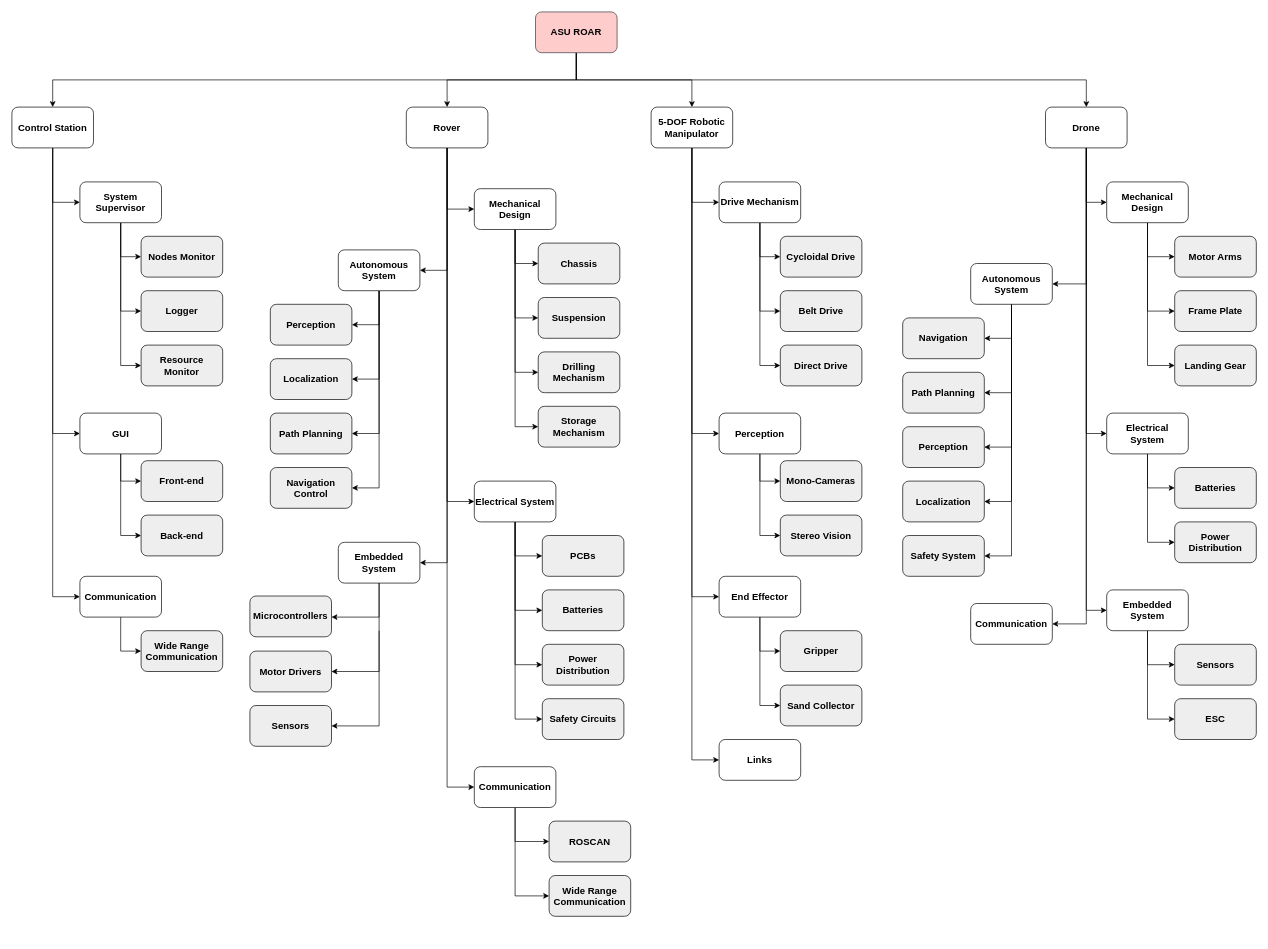
Above: product-tree.drawio in ASU-ROAR-Team/preliminary-report-diagrams (draw.io), before the change. Source tidied: cells renumbered, new cells numbered last; positions are measured from the earlier drawing's top-left corner, leaving out a move shared by most shapes. Both pictures are drawn from the tidied source at 68%, with x=0, y=0 at pixel (12, 12).
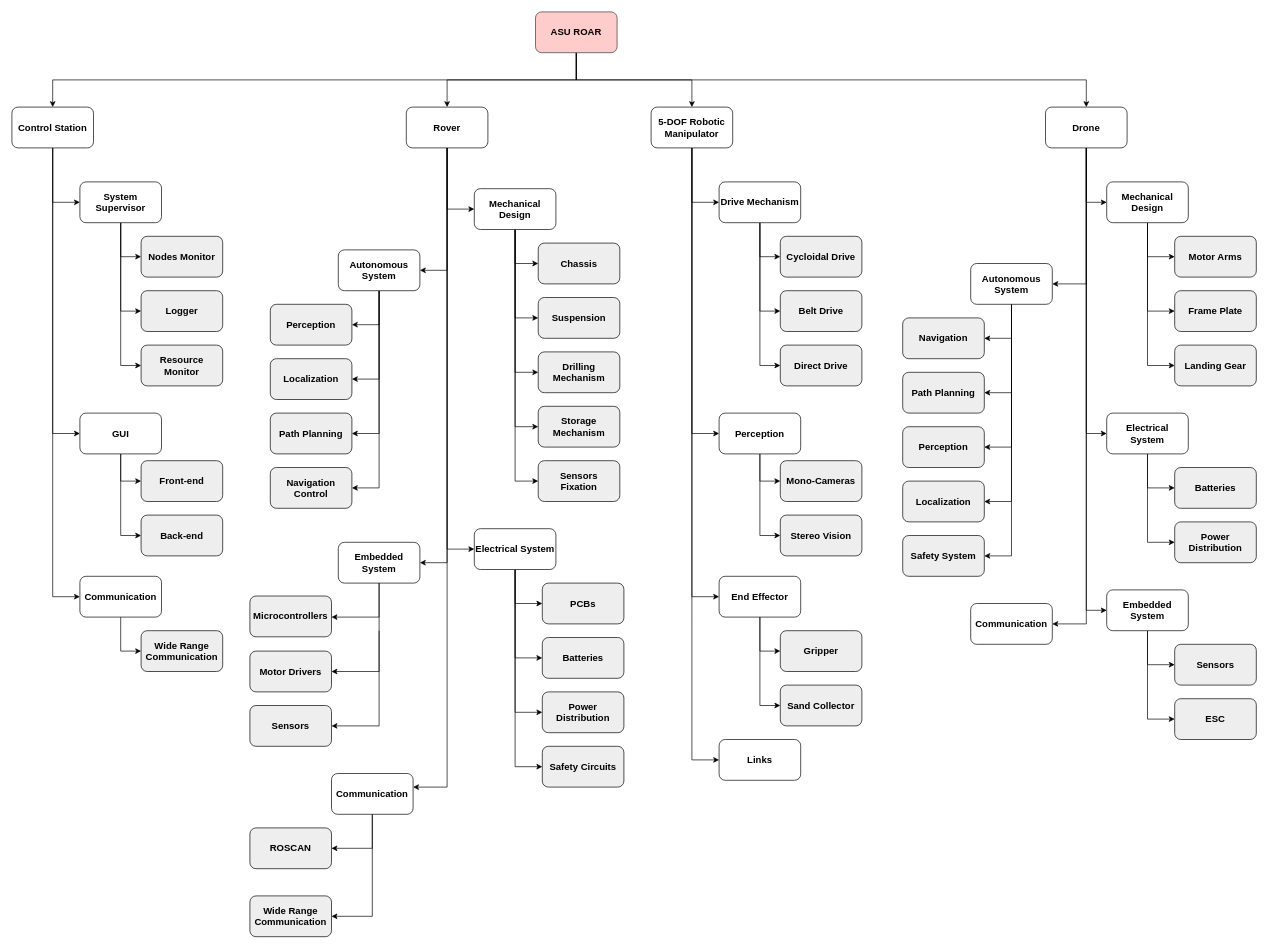
The same diagram, later.

Commit message:
feat: add sensor fixations to mechanical

The change refers to these unchanged cells:
```xml
<mxCell id="12" value="Rover" style="whiteSpace=wrap;html=1;rounded=1;fillColor=light-dark(#FFFFFF,#AD7777);fontStyle=1;fontSize=14;" parent="1" vertex="1">
  <mxGeometry x="580" y="140" width="120" height="60" as="geometry" />
</mxCell>
<mxCell id="28" value="Mechanical Design" style="whiteSpace=wrap;html=1;rounded=1;fillColor=light-dark(#FFFFFF,#BABABA);fontStyle=1;fontSize=14;" parent="1" vertex="1">
  <mxGeometry x="680" y="260" width="120" height="60" as="geometry" />
</mxCell>
```

What changed in the source:
```diff
@@
-    <mxCell id="11" style="edgeStyle=orthogonalEdgeStyle;rounded=0;jettySize=auto;html=1;fontStyle=1;fontSize=14;fillColor=#eeeeee;strokeColor=light-dark(#000000,#F5F5F5);fontColor=light-dark(#000000,#000000);" parent="1" edge="1" source="12" target="53">
-      <mxGeometry relative="1" as="geometry">
-        <Array as="points">
-          <mxPoint x="640" y="720" />
-        </Array>
-      </mxGeometry>
+    <mxCell id="11" style="edgeStyle=orthogonalEdgeStyle;rounded=0;jettySize=auto;html=1;exitX=0.5;exitY=1;exitDx=0;exitDy=0;entryX=0;entryY=0.5;entryDx=0;entryDy=0;" parent="1" edge="1" source="12" target="53">
+      <mxGeometry relative="1" as="geometry" />
     </mxCell>
@@
+    <mxCell id="129" style="edgeStyle=orthogonalEdgeStyle;rounded=0;jettySize=auto;html=1;exitX=0.5;exitY=1;exitDx=0;exitDy=0;entryX=0;entryY=0.5;entryDx=0;entryDy=0;" parent="1" edge="1" source="28" target="130">
+      <mxGeometry relative="1" as="geometry" />
+    </mxCell>
@@
-    <mxCell id="46" style="edgeStyle=orthogonalEdgeStyle;rounded=0;jettySize=auto;html=1;fontStyle=1;fontSize=14;fillColor=#eeeeee;strokeColor=light-dark(#000000,#F5F5F5);fontColor=light-dark(#000000,#000000);" parent="1" edge="1" source="48" target="61">
-      <mxGeometry relative="1" as="geometry">
-        <Array as="points">
-          <mxPoint x="740" y="1220" />
-        </Array>
-      </mxGeometry>
+    <mxCell id="46" style="edgeStyle=orthogonalEdgeStyle;rounded=0;jettySize=auto;html=1;exitX=0.5;exitY=1;exitDx=0;exitDy=0;entryX=1;entryY=0.5;entryDx=0;entryDy=0;" parent="1" edge="1" source="48" target="61">
+      <mxGeometry relative="1" as="geometry" />
     </mxCell>
-    <mxCell id="47" style="edgeStyle=orthogonalEdgeStyle;rounded=0;jettySize=auto;html=1;fontStyle=1;fontSize=14;fillColor=#eeeeee;strokeColor=light-dark(#000000,#F5F5F5);fontColor=light-dark(#000000,#000000);" parent="1" edge="1" source="48" target="62">
-      <mxGeometry relative="1" as="geometry">
-        <Array as="points">
-          <mxPoint x="740" y="1300" />
-        </Array>
-      </mxGeometry>
+    <mxCell id="47" style="edgeStyle=orthogonalEdgeStyle;rounded=0;jettySize=auto;html=1;exitX=0.5;exitY=1;exitDx=0;exitDy=0;entryX=1;entryY=0.5;entryDx=0;entryDy=0;" parent="1" edge="1" source="48" target="62">
+      <mxGeometry relative="1" as="geometry" />
     </mxCell>
     <mxCell id="48" value="Communication" style="whiteSpace=wrap;html=1;rounded=1;fillColor=light-dark(#FFFFFF,#BABABA);fontStyle=1;fontSize=14;" parent="1" vertex="1">
-      <mxGeometry x="680" y="1110" width="120" height="60" as="geometry" />
+      <mxGeometry x="470" y="1120" width="120" height="60" as="geometry" />
     </mxCell>
     <mxCell id="49" style="edgeStyle=orthogonalEdgeStyle;rounded=0;jettySize=auto;html=1;fontStyle=1;fontSize=14;fillColor=#eeeeee;strokeColor=light-dark(#000000,#F5F5F5);fontColor=light-dark(#000000,#000000);" parent="1" edge="1" source="53" target="54">
       <mxGeometry relative="1" as="geometry">
         <Array as="points">
-          <mxPoint x="740" y="800" />
+          <mxPoint x="740" y="870" />
         </Array>
       </mxGeometry>
     </mxCell>
     <mxCell id="50" style="edgeStyle=orthogonalEdgeStyle;rounded=0;jettySize=auto;html=1;fontStyle=1;fontSize=14;fillColor=#eeeeee;strokeColor=light-dark(#000000,#F5F5F5);fontColor=light-dark(#000000,#000000);" parent="1" edge="1" source="53" target="55">
       <mxGeometry relative="1" as="geometry">
         <Array as="points">
-          <mxPoint x="740" y="880" />
+          <mxPoint x="740" y="950" />
         </Array>
       </mxGeometry>
     </mxCell>
     <mxCell id="51" style="edgeStyle=orthogonalEdgeStyle;rounded=0;jettySize=auto;html=1;fontStyle=1;fontSize=14;fillColor=#eeeeee;strokeColor=light-dark(#000000,#F5F5F5);fontColor=light-dark(#000000,#000000);" parent="1" edge="1" source="53" target="56">
       <mxGeometry relative="1" as="geometry">
         <Array as="points">
-          <mxPoint x="740" y="960" />
+          <mxPoint x="740" y="1030" />
         </Array>
       </mxGeometry>
     </mxCell>
     <mxCell id="52" style="edgeStyle=orthogonalEdgeStyle;rounded=0;jettySize=auto;html=1;fontStyle=1;fontSize=14;fillColor=#eeeeee;strokeColor=light-dark(#000000,#F5F5F5);fontColor=light-dark(#000000,#000000);" parent="1" edge="1" source="53" target="57">
       <mxGeometry relative="1" as="geometry">
         <Array as="points">
-          <mxPoint x="740" y="1040" />
+          <mxPoint x="740" y="1110" />
         </Array>
       </mxGeometry>
     </mxCell>
     <mxCell id="53" value="Electrical System" style="whiteSpace=wrap;html=1;rounded=1;fillColor=light-dark(#FFFFFF,#BABABA);fontStyle=1;fontSize=14;" parent="1" vertex="1">
-      <mxGeometry x="680" y="690" width="120" height="60" as="geometry" />
+      <mxGeometry x="680" y="760" width="120" height="60" as="geometry" />
     </mxCell>
     <mxCell id="54" value="PCBs" style="whiteSpace=wrap;html=1;rounded=1;fontStyle=1;fontSize=14;fillColor=#eeeeee;strokeColor=light-dark(#000000,#F5F5F5);fontColor=light-dark(#000000,#000000);" parent="1" vertex="1">
-      <mxGeometry x="780" y="770" width="120" height="60" as="geometry" />
+      <mxGeometry x="780" y="840" width="120" height="60" as="geometry" />
     </mxCell>
     <mxCell id="55" value="Batteries" style="whiteSpace=wrap;html=1;rounded=1;fontStyle=1;fontSize=14;fillColor=#eeeeee;strokeColor=light-dark(#000000,#F5F5F5);fontColor=light-dark(#000000,#000000);" parent="1" vertex="1">
-      <mxGeometry x="780" y="850" width="120" height="60" as="geometry" />
+      <mxGeometry x="780" y="920" width="120" height="60" as="geometry" />
     </mxCell>
     <mxCell id="56" value="Power Distribution" style="whiteSpace=wrap;html=1;rounded=1;fontStyle=1;fontSize=14;fillColor=#eeeeee;strokeColor=light-dark(#000000,#F5F5F5);fontColor=light-dark(#000000,#000000);" parent="1" vertex="1">
-      <mxGeometry x="780" y="930" width="120" height="60" as="geometry" />
+      <mxGeometry x="780" y="1000" width="120" height="60" as="geometry" />
     </mxCell>
     <mxCell id="57" value="Safety Circuits" style="whiteSpace=wrap;html=1;rounded=1;fontStyle=1;fontSize=14;fillColor=#eeeeee;strokeColor=light-dark(#000000,#F5F5F5);fontColor=light-dark(#000000,#000000);" parent="1" vertex="1">
-      <mxGeometry x="780" y="1010" width="120" height="60" as="geometry" />
+      <mxGeometry x="780" y="1080" width="120" height="60" as="geometry" />
     </mxCell>
@@
     <mxCell id="61" value="ROSCAN" style="whiteSpace=wrap;html=1;rounded=1;fontStyle=1;fontSize=14;fillColor=#eeeeee;strokeColor=light-dark(#000000,#F5F5F5);fontColor=light-dark(#000000,#000000);" parent="1" vertex="1">
-      <mxGeometry x="790" y="1190" width="120" height="60" as="geometry" />
+      <mxGeometry x="350" y="1200" width="120" height="60" as="geometry" />
     </mxCell>
     <mxCell id="62" value="Wide Range Communication" style="whiteSpace=wrap;html=1;rounded=1;fontStyle=1;fontSize=14;fillColor=#eeeeee;strokeColor=light-dark(#000000,#F5F5F5);fontColor=light-dark(#000000,#000000);" parent="1" vertex="1">
-      <mxGeometry x="790" y="1270" width="120" height="60" as="geometry" />
+      <mxGeometry x="350" y="1300" width="120" height="60" as="geometry" />
     </mxCell>
@@
+    <mxCell id="130" value="Sensors&lt;div&gt;Fixation&lt;/div&gt;" style="whiteSpace=wrap;html=1;rounded=1;fontStyle=1;fontSize=14;fillColor=#eeeeee;strokeColor=light-dark(#000000,#F5F5F5);fontColor=light-dark(#000000,#000000);" parent="1" vertex="1">
+      <mxGeometry x="774" y="660" width="120" height="60" as="geometry" />
+    </mxCell>
```
